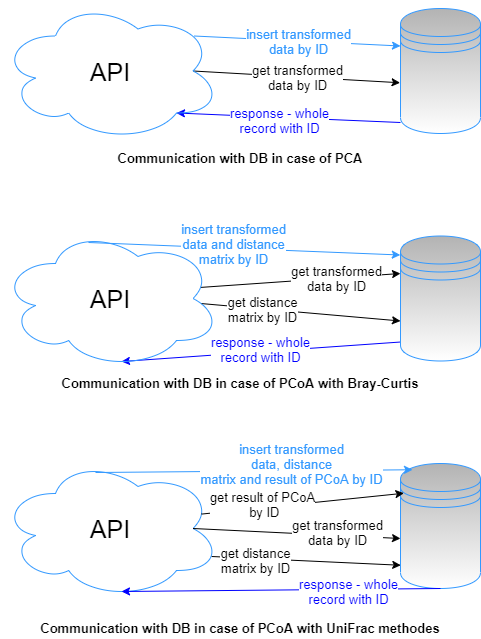
Before: materials/text/communication_DB_API.png, a diagram exported from draw.io (xmisak03/finalBP). Source tidied: cells renumbered, new cells last; positions are measured from the earlier drawing's top-left corner, leaving out a move shared by most shapes.
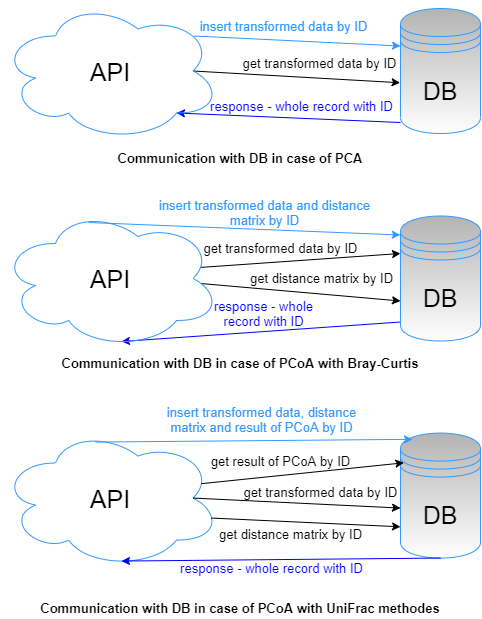
Later version of the same file.

The edit, as a diff of the source:
```diff
@@ -5,127 +5,130 @@
     <mxCell id="2" value="&lt;font color=&quot;#000000&quot; style=&quot;font-size: 13px;&quot;&gt;&lt;b style=&quot;font-size: 13px;&quot;&gt;Communication with DB in case of PCA&lt;/b&gt;&lt;/font&gt;" style="text;html=1;strokeColor=none;fillColor=none;align=center;verticalAlign=middle;whiteSpace=wrap;rounded=0;labelBackgroundColor=none;fontSize=13;fontColor=#3399FF;" parent="1" vertex="1">
       <mxGeometry y="148" width="480" height="20" as="geometry" />
     </mxCell>
-    <mxCell id="3" style="endArrow=classic;html=1;labelBackgroundColor=#ffffff;fontSize=13;fontColor=#000000;entryX=0;entryY=0.3;entryDx=0;entryDy=0;strokeColor=#3399FF;exitX=0.88;exitY=0.25;exitDx=0;exitDy=0;exitPerimeter=0;" parent="1" edge="1" source="34" target="33">
-      <mxGeometry relative="1" as="geometry" />
-    </mxCell>
+    <mxCell id="35" style="endArrow=classic;html=1;labelBackgroundColor=#ffffff;fontSize=13;fontColor=#000000;entryX=0;entryY=0.3;entryDx=0;entryDy=0;strokeColor=#3399FF;exitX=0.88;exitY=0.25;exitDx=0;exitDy=0;exitPerimeter=0;" parent="1" edge="1" source="34" target="59">
+      <mxGeometry relative="1" as="geometry" />
+    </mxCell>
-    <mxCell id="4" value="insert transformed&lt;br style=&quot;font-size: 13px;&quot;&gt;data by ID" style="edgeLabel;html=1;align=center;verticalAlign=middle;fontSize=13;fontColor=#3399FF;" parent="3" vertex="1">
+    <mxCell id="4" value="insert transformed data by ID" style="edgeLabel;html=1;align=center;verticalAlign=middle;fontSize=13;fontColor=#3399FF;labelBackgroundColor=none;" parent="35" vertex="1">
       <mxGeometry x="0.13" y="-1" relative="1" as="geometry">
-        <mxPoint x="-13" y="-2" as="offset" />
+        <mxPoint x="-27" y="-17" as="offset" />
       </mxGeometry>
     </mxCell>
-    <mxCell id="5" style="endArrow=classic;html=1;labelBackgroundColor=#ffffff;fontSize=13;fontColor=#000000;strokeColor=#000000;entryX=-0.005;entryY=0.594;entryDx=0;entryDy=0;entryPerimeter=0;exitX=0.875;exitY=0.5;exitDx=0;exitDy=0;exitPerimeter=0;" parent="1" edge="1" source="34" target="33">
-      <mxGeometry relative="1" as="geometry" />
-    </mxCell>
-    <mxCell id="6" value="get transformed&lt;br style=&quot;font-size: 13px;&quot;&gt;data by ID" style="edgeLabel;html=1;align=center;verticalAlign=middle;fontSize=13;fontColor=#000000;" parent="5" vertex="1">
-      <mxGeometry x="0.13" y="-1" relative="1" as="geometry">
-        <mxPoint x="-13" y="-2" as="offset" />
-      </mxGeometry>
-    </mxCell>
+    <mxCell id="36" style="endArrow=classic;html=1;labelBackgroundColor=#ffffff;fontSize=13;fontColor=#000000;strokeColor=#000000;entryX=-0.005;entryY=0.594;entryDx=0;entryDy=0;entryPerimeter=0;exitX=0.875;exitY=0.5;exitDx=0;exitDy=0;exitPerimeter=0;" parent="1" edge="1" source="34" target="59">
+      <mxGeometry relative="1" as="geometry" />
+    </mxCell>
+    <mxCell id="37" value="get transformed data by ID" style="edgeLabel;html=1;align=center;verticalAlign=middle;fontSize=13;fontColor=#000000;labelBackgroundColor=none;" parent="36" vertex="1">
+      <mxGeometry x="0.13" y="-1" relative="1" as="geometry">
+        <mxPoint x="9" y="-16" as="offset" />
+      </mxGeometry>
+    </mxCell>
     <mxCell id="7" value="&lt;font color=&quot;#000000&quot; style=&quot;font-size: 13px;&quot;&gt;&lt;b style=&quot;font-size: 13px;&quot;&gt;Communication with DB in case of PCoA with Bray-Curtis&lt;/b&gt;&lt;/font&gt;" style="text;html=1;strokeColor=none;fillColor=none;align=center;verticalAlign=middle;whiteSpace=wrap;rounded=0;labelBackgroundColor=none;fontSize=13;fontColor=#3399FF;" parent="1" vertex="1">
-      <mxGeometry y="373" width="480" height="20" as="geometry" />
+      <mxGeometry y="353" width="480" height="20" as="geometry" />
     </mxCell>
-    <mxCell id="8" style="endArrow=classic;html=1;labelBackgroundColor=#ffffff;fontSize=13;fontColor=#000000;entryX=-0.003;entryY=0.152;entryDx=0;entryDy=0;entryPerimeter=0;strokeColor=#3399FF;exitX=0.4;exitY=0.1;exitDx=0;exitDy=0;exitPerimeter=0;" parent="1" edge="1" source="32" target="31">
-      <mxGeometry relative="1" as="geometry" />
-    </mxCell>
+    <mxCell id="38" style="endArrow=classic;html=1;labelBackgroundColor=#ffffff;fontSize=13;fontColor=#000000;entryX=-0.003;entryY=0.152;entryDx=0;entryDy=0;entryPerimeter=0;strokeColor=#3399FF;exitX=0.4;exitY=0.1;exitDx=0;exitDy=0;exitPerimeter=0;" parent="1" edge="1" source="58" target="57">
+      <mxGeometry relative="1" as="geometry" />
+    </mxCell>
-    <mxCell id="9" value="insert transformed&lt;br style=&quot;font-size: 13px;&quot;&gt;data and distance&lt;br style=&quot;font-size: 13px;&quot;&gt;matrix by ID" style="edgeLabel;html=1;align=center;verticalAlign=middle;fontSize=13;fontColor=#3399FF;" parent="8" vertex="1">
+    <mxCell id="9" value="insert transformed data and distance&lt;br style=&quot;font-size: 13px&quot;&gt;matrix by ID" style="edgeLabel;html=1;align=center;verticalAlign=middle;fontSize=13;fontColor=#3399FF;labelBackgroundColor=none;" parent="38" vertex="1">
       <mxGeometry x="0.13" y="-1" relative="1" as="geometry">
-        <mxPoint x="-32" y="-7" as="offset" />
+        <mxPoint x="-1" y="-19" as="offset" />
       </mxGeometry>
     </mxCell>
-    <mxCell id="10" style="endArrow=classic;html=1;labelBackgroundColor=#ffffff;fontSize=13;fontColor=#000000;strokeColor=#000000;exitX=0.908;exitY=0.421;exitDx=0;exitDy=0;exitPerimeter=0;entryX=0;entryY=0.3;entryDx=0;entryDy=0;" parent="1" edge="1" source="32" target="31">
-      <mxGeometry relative="1" as="geometry" />
-    </mxCell>
-    <mxCell id="11" value="get transformed&lt;br style=&quot;font-size: 13px;&quot;&gt;data by ID" style="edgeLabel;html=1;align=center;verticalAlign=middle;fontSize=13;fontColor=#000000;" parent="10" vertex="1">
-      <mxGeometry x="0.13" y="-1" relative="1" as="geometry">
-        <mxPoint x="22" y="-3" as="offset" />
-      </mxGeometry>
-    </mxCell>
-    <mxCell id="12" style="endArrow=classic;html=1;labelBackgroundColor=#ffffff;fontSize=13;fontColor=#000000;strokeColor=#000000;exitX=0.912;exitY=0.536;exitDx=0;exitDy=0;exitPerimeter=0;entryX=0;entryY=0.68;entryDx=0;entryDy=0;entryPerimeter=0;" parent="1" edge="1" source="32" target="31">
-      <mxGeometry relative="1" as="geometry" />
-    </mxCell>
-    <mxCell id="13" value="get distance&lt;br style=&quot;font-size: 13px;&quot;&gt;matrix by ID" style="edgeLabel;html=1;align=center;verticalAlign=middle;fontSize=13;fontColor=#000000;" parent="12" vertex="1">
-      <mxGeometry x="0.13" y="-1" relative="1" as="geometry">
-        <mxPoint x="-52" y="-5" as="offset" />
-      </mxGeometry>
-    </mxCell>
-    <mxCell id="14" value="&lt;font color=&quot;#000000&quot; style=&quot;font-size: 25px&quot;&gt;API&lt;/font&gt;" style="ellipse;shape=cloud;whiteSpace=wrap;html=1;labelBackgroundColor=none;fontSize=13;fontColor=#3399FF;strokeColor=#3399FF;fillColor=none;gradientColor=#FFFFFF;" parent="1" vertex="1">
-      <mxGeometry y="458" width="220" height="140" as="geometry" />
-    </mxCell>
-    <mxCell id="15" style="shape=datastore;whiteSpace=wrap;html=1;labelBackgroundColor=none;fontSize=13;fontColor=#3399FF;strokeColor=#3399FF;gradientColor=#FFFFFF;fillColor=#B3B3B3;" parent="1" vertex="1">
-      <mxGeometry x="400" y="463" width="80" height="125" as="geometry" />
-    </mxCell>
+    <mxCell id="39" style="endArrow=classic;html=1;labelBackgroundColor=#ffffff;fontSize=13;fontColor=#000000;strokeColor=#000000;exitX=0.908;exitY=0.421;exitDx=0;exitDy=0;exitPerimeter=0;entryX=0;entryY=0.3;entryDx=0;entryDy=0;" parent="1" edge="1" source="58" target="57">
+      <mxGeometry relative="1" as="geometry" />
+    </mxCell>
+    <mxCell id="40" value="get transformed data by ID" style="edgeLabel;html=1;align=center;verticalAlign=middle;fontSize=13;fontColor=#000000;labelBackgroundColor=none;" parent="39" vertex="1">
+      <mxGeometry x="0.13" y="-1" relative="1" as="geometry">
+        <mxPoint x="-34" y="-13" as="offset" />
+      </mxGeometry>
+    </mxCell>
+    <mxCell id="41" style="endArrow=classic;html=1;labelBackgroundColor=#ffffff;fontSize=13;fontColor=#000000;strokeColor=#000000;exitX=0.912;exitY=0.536;exitDx=0;exitDy=0;exitPerimeter=0;entryX=0;entryY=0.68;entryDx=0;entryDy=0;entryPerimeter=0;" parent="1" edge="1" source="58" target="57">
+      <mxGeometry relative="1" as="geometry" />
+    </mxCell>
+    <mxCell id="42" value="get distance matrix by ID" style="edgeLabel;html=1;align=center;verticalAlign=middle;fontSize=13;fontColor=#000000;labelBackgroundColor=none;" parent="41" vertex="1">
+      <mxGeometry x="0.13" y="-1" relative="1" as="geometry">
+        <mxPoint x="7" y="-16" as="offset" />
+      </mxGeometry>
+    </mxCell>
+    <mxCell id="43" value="&lt;font color=&quot;#000000&quot; style=&quot;font-size: 25px&quot;&gt;API&lt;/font&gt;" style="ellipse;shape=cloud;whiteSpace=wrap;html=1;labelBackgroundColor=none;fontSize=13;fontColor=#3399FF;strokeColor=#3399FF;fillColor=none;gradientColor=#FFFFFF;" parent="1" vertex="1">
+      <mxGeometry y="427.6" width="220" height="140" as="geometry" />
+    </mxCell>
+    <mxCell id="44" value="&lt;font color=&quot;#000000&quot; style=&quot;font-size: 25px&quot;&gt;DB&lt;/font&gt;" style="shape=datastore;whiteSpace=wrap;html=1;labelBackgroundColor=none;fontSize=13;fontColor=#3399FF;strokeColor=#3399FF;gradientColor=#FFFFFF;fillColor=#B3B3B3;" parent="1" vertex="1">
+      <mxGeometry x="400" y="432.6" width="80" height="125" as="geometry" />
+    </mxCell>
     <mxCell id="16" value="&lt;font color=&quot;#000000&quot; style=&quot;font-size: 13px;&quot;&gt;&lt;b style=&quot;font-size: 13px;&quot;&gt;Communication with DB in case of PCoA with UniFrac methodes&lt;/b&gt;&lt;/font&gt;" style="text;html=1;strokeColor=none;fillColor=none;align=center;verticalAlign=middle;whiteSpace=wrap;rounded=0;labelBackgroundColor=none;fontSize=13;fontColor=#3399FF;" parent="1" vertex="1">
-      <mxGeometry y="618" width="480" height="20" as="geometry" />
+      <mxGeometry y="597.6" width="480" height="20" as="geometry" />
     </mxCell>
-    <mxCell id="17" style="endArrow=classic;html=1;labelBackgroundColor=#ffffff;fontSize=13;fontColor=#000000;exitX=0.4;exitY=0.1;exitDx=0;exitDy=0;exitPerimeter=0;strokeColor=#3399FF;entryX=0.15;entryY=0.05;entryDx=0;entryDy=0;entryPerimeter=0;" parent="1" edge="1" target="15">
-      <mxGeometry relative="1" as="geometry">
-        <mxPoint x="95" y="472" as="sourcePoint" />
-      </mxGeometry>
-    </mxCell>
+    <mxCell id="45" style="endArrow=classic;html=1;labelBackgroundColor=#ffffff;fontSize=13;fontColor=#000000;exitX=0.4;exitY=0.1;exitDx=0;exitDy=0;exitPerimeter=0;strokeColor=#3399FF;entryX=0.15;entryY=0.05;entryDx=0;entryDy=0;entryPerimeter=0;" parent="1" edge="1" target="44">
+      <mxGeometry relative="1" as="geometry">
+        <mxPoint x="95" y="441.6" as="sourcePoint" />
+      </mxGeometry>
+    </mxCell>
-    <mxCell id="18" value="insert transformed&lt;br style=&quot;font-size: 13px;&quot;&gt;data, distance&lt;br style=&quot;font-size: 13px;&quot;&gt;matrix and result of PCoA by ID" style="edgeLabel;html=1;align=center;verticalAlign=middle;fontSize=13;fontColor=#3399FF;" parent="17" vertex="1">
+    <mxCell id="18" value="insert transformed data, distance&lt;br style=&quot;font-size: 13px&quot;&gt;matrix and result of PCoA by ID" style="edgeLabel;html=1;align=center;verticalAlign=middle;fontSize=13;fontColor=#3399FF;labelBackgroundColor=none;" parent="45" vertex="1">
       <mxGeometry x="0.13" y="-1" relative="1" as="geometry">
-        <mxPoint x="15" y="-8" as="offset" />
+        <mxPoint x="-15" y="-23" as="offset" />
       </mxGeometry>
     </mxCell>
-    <mxCell id="19" style="endArrow=classic;html=1;labelBackgroundColor=#ffffff;fontSize=13;fontColor=#000000;strokeColor=#000000;entryX=0;entryY=0.6;entryDx=0;entryDy=0;entryPerimeter=0;exitX=0.875;exitY=0.5;exitDx=0;exitDy=0;exitPerimeter=0;" parent="1" edge="1" source="14" target="15">
-      <mxGeometry relative="1" as="geometry" />
-    </mxCell>
-    <mxCell id="20" value="get transformed&lt;br style=&quot;font-size: 13px;&quot;&gt;data by ID" style="edgeLabel;html=1;align=center;verticalAlign=middle;fontSize=13;fontColor=#000000;" parent="19" vertex="1">
-      <mxGeometry x="0.13" y="-1" relative="1" as="geometry">
-        <mxPoint x="26" y="-3" as="offset" />
-      </mxGeometry>
-    </mxCell>
-    <mxCell id="21" style="endArrow=classic;html=1;labelBackgroundColor=#ffffff;fontSize=13;fontColor=#000000;strokeColor=#000000;exitX=0.96;exitY=0.7;exitDx=0;exitDy=0;exitPerimeter=0;entryX=0.003;entryY=0.814;entryDx=0;entryDy=0;entryPerimeter=0;" parent="1" edge="1" source="14" target="15">
-      <mxGeometry relative="1" as="geometry" />
-    </mxCell>
-    <mxCell id="22" value="get distance&lt;br style=&quot;font-size: 13px;&quot;&gt;matrix by ID" style="edgeLabel;html=1;align=center;verticalAlign=middle;fontSize=13;fontColor=#000000;" parent="21" vertex="1">
-      <mxGeometry x="0.13" y="-1" relative="1" as="geometry">
-        <mxPoint x="-64" y="-2" as="offset" />
-      </mxGeometry>
-    </mxCell>
-    <mxCell id="23" style="endArrow=classic;html=1;labelBackgroundColor=#ffffff;fontSize=13;fontColor=#000000;strokeColor=#000000;entryX=0.042;entryY=0.238;entryDx=0;entryDy=0;entryPerimeter=0;exitX=0.914;exitY=0.397;exitDx=0;exitDy=0;exitPerimeter=0;" parent="1" edge="1" source="14" target="15">
-      <mxGeometry relative="1" as="geometry" />
-    </mxCell>
+    <mxCell id="46" style="endArrow=classic;html=1;labelBackgroundColor=#ffffff;fontSize=13;fontColor=#000000;strokeColor=#000000;entryX=0;entryY=0.6;entryDx=0;entryDy=0;entryPerimeter=0;exitX=0.875;exitY=0.5;exitDx=0;exitDy=0;exitPerimeter=0;" parent="1" edge="1" source="43" target="44">
+      <mxGeometry relative="1" as="geometry" />
+    </mxCell>
+    <mxCell id="47" value="get transformed data by ID" style="edgeLabel;html=1;align=center;verticalAlign=middle;fontSize=13;fontColor=#000000;labelBackgroundColor=none;" parent="46" vertex="1">
+      <mxGeometry x="0.13" y="-1" relative="1" as="geometry">
+        <mxPoint x="9" y="-13" as="offset" />
+      </mxGeometry>
+    </mxCell>
+    <mxCell id="48" style="endArrow=classic;html=1;labelBackgroundColor=#ffffff;fontSize=13;fontColor=#000000;strokeColor=#000000;exitX=0.96;exitY=0.7;exitDx=0;exitDy=0;exitPerimeter=0;entryX=0.003;entryY=0.814;entryDx=0;entryDy=0;entryPerimeter=0;" parent="1" edge="1">
+      <mxGeometry relative="1" as="geometry">
+        <mxPoint x="211" y="517.6" as="sourcePoint" />
+        <mxPoint x="400" y="526.3" as="targetPoint" />
+      </mxGeometry>
+    </mxCell>
+    <mxCell id="49" value="get distance matrix by ID" style="edgeLabel;html=1;align=center;verticalAlign=middle;fontSize=13;fontColor=#000000;labelBackgroundColor=none;" parent="48" vertex="1">
+      <mxGeometry x="0.13" y="-1" relative="1" as="geometry">
+        <mxPoint x="-28" y="10" as="offset" />
+      </mxGeometry>
+    </mxCell>
+    <mxCell id="50" style="endArrow=classic;html=1;labelBackgroundColor=#ffffff;fontSize=13;fontColor=#000000;strokeColor=#000000;entryX=0.042;entryY=0.238;entryDx=0;entryDy=0;entryPerimeter=0;exitX=0.914;exitY=0.397;exitDx=0;exitDy=0;exitPerimeter=0;" parent="1" edge="1" source="43" target="44">
+      <mxGeometry relative="1" as="geometry" />
+    </mxCell>
-    <mxCell id="24" value="get result of PCoA&lt;br style=&quot;font-size: 13px;&quot;&gt;&amp;nbsp;by ID" style="edgeLabel;html=1;align=center;verticalAlign=middle;fontSize=13;fontColor=#000000;" parent="23" vertex="1">
+    <mxCell id="24" value="get result of PCoA by ID" style="edgeLabel;html=1;align=center;verticalAlign=middle;fontSize=13;fontColor=#000000;labelBackgroundColor=none;" parent="50" vertex="1">
       <mxGeometry x="0.13" y="-1" relative="1" as="geometry">
-        <mxPoint x="-54" y="1" as="offset" />
+        <mxPoint x="-36" y="-12" as="offset" />
       </mxGeometry>
     </mxCell>
-    <mxCell id="25" style="endArrow=classic;html=1;labelBackgroundColor=#ffffff;fontSize=13;fontColor=#3399FF;exitX=0;exitY=0.912;exitDx=0;exitDy=0;exitPerimeter=0;entryX=0.8;entryY=0.8;entryDx=0;entryDy=0;entryPerimeter=0;strokeColor=#0000FF;" parent="1" edge="1" source="33" target="34">
-      <mxGeometry relative="1" as="geometry" />
-    </mxCell>
-    <mxCell id="26" value="response - whole&lt;br style=&quot;font-size: 13px;&quot;&gt;record with ID" style="edgeLabel;html=1;align=center;verticalAlign=middle;fontSize=13;fontColor=#0000FF;" parent="25" vertex="1">
-      <mxGeometry x="0.24" y="3" relative="1" as="geometry">
-        <mxPoint x="18" as="offset" />
-      </mxGeometry>
-    </mxCell>
-    <mxCell id="27" style="endArrow=classic;html=1;labelBackgroundColor=#ffffff;fontSize=13;fontColor=#3399FF;exitX=-0.05;exitY=0.895;exitDx=0;exitDy=0;exitPerimeter=0;entryX=0.55;entryY=0.95;entryDx=0;entryDy=0;entryPerimeter=0;strokeColor=#0000FF;" parent="1" edge="1" target="32">
-      <mxGeometry relative="1" as="geometry">
-        <mxPoint x="401" y="341.5" as="sourcePoint" />
-      </mxGeometry>
-    </mxCell>
-    <mxCell id="28" value="response - whole&lt;br style=&quot;font-size: 13px;&quot;&gt;record with ID" style="edgeLabel;html=1;align=center;verticalAlign=bottom;fontSize=13;fontColor=#0000FF;" parent="27" vertex="1">
-      <mxGeometry x="0.24" y="3" relative="1" as="geometry">
-        <mxPoint x="32" y="9" as="offset" />
-      </mxGeometry>
-    </mxCell>
-    <mxCell id="29" style="endArrow=classic;html=1;labelBackgroundColor=#ffffff;fontSize=13;fontColor=#3399FF;entryX=0.55;entryY=0.95;entryDx=0;entryDy=0;entryPerimeter=0;strokeColor=#0000FF;exitX=0.5;exitY=1;exitDx=0;exitDy=0;" parent="1" edge="1" source="15" target="14">
-      <mxGeometry relative="1" as="geometry" />
-    </mxCell>
-    <mxCell id="30" value="response - whole&lt;br style=&quot;font-size: 13px;&quot;&gt;record with ID" style="edgeLabel;html=1;align=center;verticalAlign=middle;fontSize=13;fontColor=#0000FF;" parent="29" vertex="1">
-      <mxGeometry x="0.24" y="3" relative="1" as="geometry">
-        <mxPoint x="105" y="-2" as="offset" />
-      </mxGeometry>
-    </mxCell>
-    <mxCell id="31" style="shape=datastore;whiteSpace=wrap;html=1;labelBackgroundColor=none;fontSize=13;fontColor=#3399FF;strokeColor=#3399FF;gradientColor=#FFFFFF;fillColor=#B3B3B3;" parent="1" vertex="1">
-      <mxGeometry x="400" y="235.5" width="80" height="125" as="geometry" />
-    </mxCell>
-    <mxCell id="32" value="&lt;font color=&quot;#000000&quot; style=&quot;font-size: 25px&quot;&gt;API&lt;/font&gt;" style="ellipse;shape=cloud;whiteSpace=wrap;html=1;labelBackgroundColor=none;fontSize=13;fontColor=#3399FF;strokeColor=#3399FF;fillColor=none;gradientColor=#FFFFFF;" parent="1" vertex="1">
-      <mxGeometry y="228" width="220" height="140" as="geometry" />
-    </mxCell>
-    <mxCell id="33" style="shape=datastore;whiteSpace=wrap;html=1;labelBackgroundColor=none;fontSize=13;fontColor=#3399FF;strokeColor=#3399FF;gradientColor=#FFFFFF;fillColor=#B3B3B3;" parent="1" vertex="1">
-      <mxGeometry x="400" y="8" width="80" height="125" as="geometry" />
-    </mxCell>
+    <mxCell id="51" style="endArrow=classic;html=1;labelBackgroundColor=#ffffff;fontSize=13;fontColor=#3399FF;exitX=0;exitY=0.912;exitDx=0;exitDy=0;exitPerimeter=0;entryX=0.8;entryY=0.8;entryDx=0;entryDy=0;entryPerimeter=0;strokeColor=#0000FF;" parent="1" edge="1" source="59" target="34">
+      <mxGeometry relative="1" as="geometry" />
+    </mxCell>
+    <mxCell id="52" value="response - whole record with ID" style="edgeLabel;html=1;align=center;verticalAlign=middle;fontSize=13;fontColor=#0000FF;labelBackgroundColor=none;" parent="51" vertex="1">
+      <mxGeometry x="0.24" y="3" relative="1" as="geometry">
+        <mxPoint x="39" y="-14" as="offset" />
+      </mxGeometry>
+    </mxCell>
+    <mxCell id="53" style="endArrow=classic;html=1;labelBackgroundColor=#ffffff;fontSize=13;fontColor=#3399FF;exitX=-0.05;exitY=0.895;exitDx=0;exitDy=0;exitPerimeter=0;entryX=0.55;entryY=0.95;entryDx=0;entryDy=0;entryPerimeter=0;strokeColor=#0000FF;" parent="1" edge="1" target="58">
+      <mxGeometry relative="1" as="geometry">
+        <mxPoint x="401" y="321.5" as="sourcePoint" />
+      </mxGeometry>
+    </mxCell>
+    <mxCell id="54" value="response - whole&lt;br style=&quot;font-size: 13px;&quot;&gt;record with ID" style="edgeLabel;html=1;align=center;verticalAlign=bottom;fontSize=13;fontColor=#0000FF;labelBackgroundColor=none;" parent="53" vertex="1">
+      <mxGeometry x="0.24" y="3" relative="1" as="geometry">
+        <mxPoint x="35" y="-7" as="offset" />
+      </mxGeometry>
+    </mxCell>
+    <mxCell id="55" style="endArrow=classic;html=1;labelBackgroundColor=#ffffff;fontSize=13;fontColor=#3399FF;entryX=0.55;entryY=0.95;entryDx=0;entryDy=0;entryPerimeter=0;strokeColor=#0000FF;exitX=0.5;exitY=1;exitDx=0;exitDy=0;" parent="1" edge="1" source="44" target="43">
+      <mxGeometry relative="1" as="geometry" />
+    </mxCell>
+    <mxCell id="56" value="response - whole record with ID" style="edgeLabel;html=1;align=center;verticalAlign=middle;fontSize=13;fontColor=#0000FF;labelBackgroundColor=none;" parent="55" vertex="1">
+      <mxGeometry x="0.24" y="3" relative="1" as="geometry">
+        <mxPoint x="28" y="5" as="offset" />
+      </mxGeometry>
+    </mxCell>
+    <mxCell id="57" value="&lt;font style=&quot;font-size: 25px&quot; color=&quot;#000000&quot;&gt;DB&lt;/font&gt;" style="shape=datastore;whiteSpace=wrap;html=1;labelBackgroundColor=none;fontSize=13;fontColor=#3399FF;strokeColor=#3399FF;gradientColor=#FFFFFF;fillColor=#B3B3B3;" parent="1" vertex="1">
+      <mxGeometry x="400" y="215.5" width="80" height="125" as="geometry" />
+    </mxCell>
+    <mxCell id="58" value="&lt;font color=&quot;#000000&quot; style=&quot;font-size: 25px&quot;&gt;API&lt;/font&gt;" style="ellipse;shape=cloud;whiteSpace=wrap;html=1;labelBackgroundColor=none;fontSize=13;fontColor=#3399FF;strokeColor=#3399FF;fillColor=none;gradientColor=#FFFFFF;" parent="1" vertex="1">
+      <mxGeometry y="208" width="220" height="140" as="geometry" />
+    </mxCell>
+    <mxCell id="59" value="&lt;font color=&quot;#000000&quot; style=&quot;font-size: 25px&quot;&gt;DB&lt;/font&gt;" style="shape=datastore;whiteSpace=wrap;html=1;labelBackgroundColor=none;fontSize=13;fontColor=#3399FF;strokeColor=#3399FF;gradientColor=#FFFFFF;fillColor=#B3B3B3;" parent="1" vertex="1">
+      <mxGeometry x="400" y="8" width="80" height="125" as="geometry" />
+    </mxCell>
     <mxCell id="34" value="&lt;font color=&quot;#000000&quot; style=&quot;font-size: 25px&quot;&gt;API&lt;/font&gt;" style="ellipse;shape=cloud;whiteSpace=wrap;html=1;labelBackgroundColor=none;fontSize=13;fontColor=#3399FF;strokeColor=#3399FF;fillColor=none;gradientColor=#FFFFFF;" parent="1" vertex="1">
       <mxGeometry y="0.5" width="220" height="140" as="geometry" />
     </mxCell>
```
